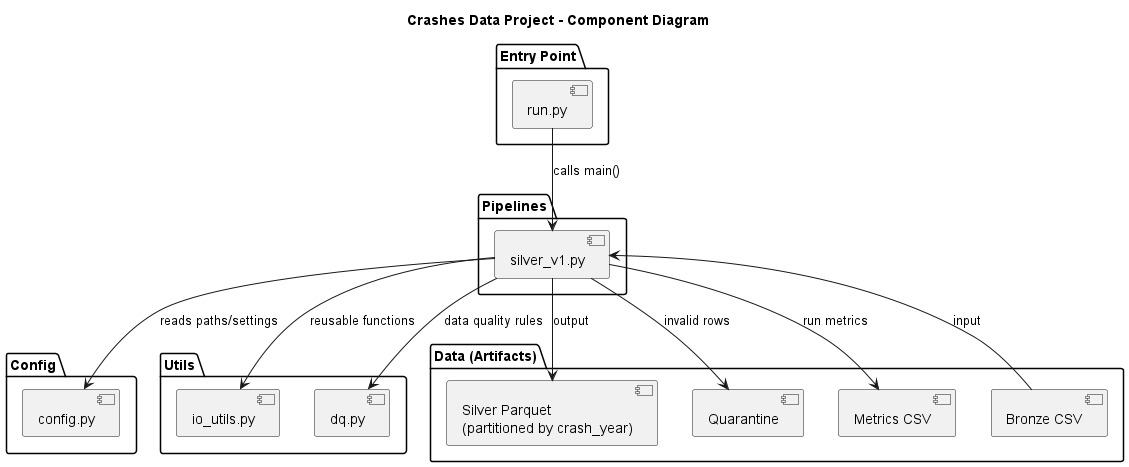
The PlantUML diagram out/docs/uml/component/component.png in luisgfinger/crashes_data_project, before a commit. Its diagram source:
```plantuml
@startuml

title Crashes Data Project - Component Diagram

package "Entry Point" {
  [run.py] as run
}

package "Pipelines" {
  [silver_v1.py] as silver
}

package "Config" {
  [config.py] as config
}

package "Utils" {
  [io_utils.py] as io
  [dq.py] as dq
}

package "Data (Artifacts)" {
  [Bronze CSV] as bronze
  [Silver Parquet\n(partitioned by crash_year)] as silver_data
  [Quarantine] as quarantine
  [Metrics CSV] as metrics
}

run --> silver : calls main()
silver --> config : reads paths/settings
silver --> io : reusable functions
silver --> dq : data quality rules

bronze --> silver : input
silver --> silver_data : output
silver --> quarantine : invalid rows
silver --> metrics : run metrics

@enduml
```
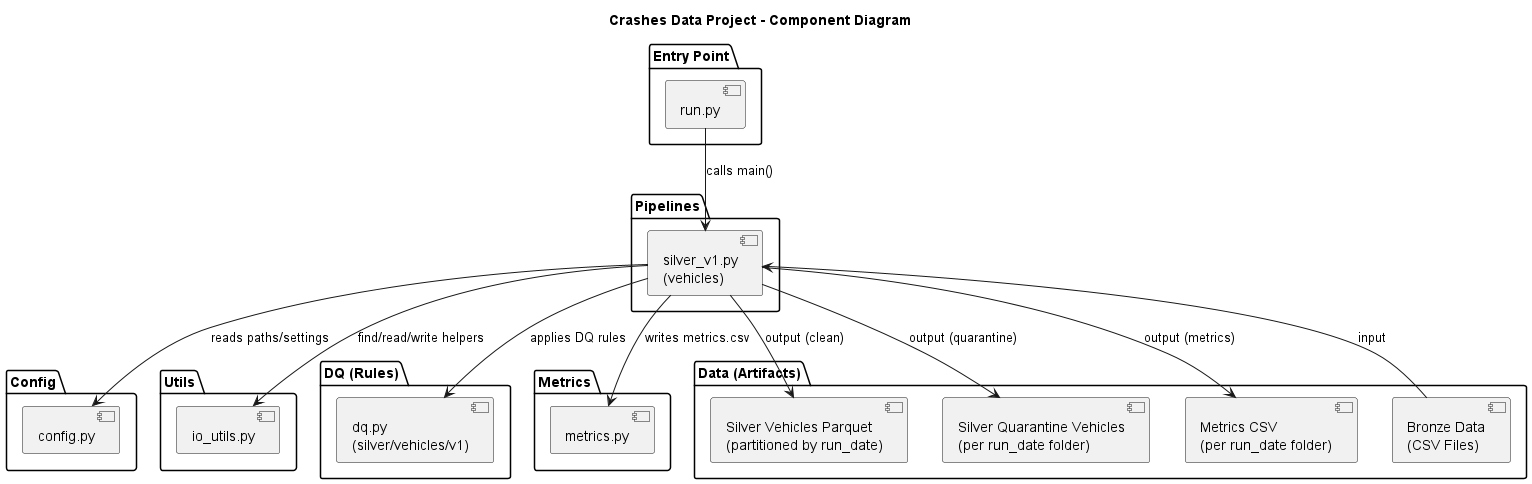
After the commit.

Diff of the diagram source:
```diff
@@ -1,5 +1,4 @@
 @startuml
-
 title Crashes Data Project - Component Diagram
 
 package "Entry Point" {
@@ -7,7 +6,7 @@
 }
 
 package "Pipelines" {
-  [silver_v1.py] as silver
+  [silver_v1.py\n(vehicles)] as silver_vehicles
 }
 
 package "Config" {
@@ -16,24 +15,32 @@
 
 package "Utils" {
   [io_utils.py] as io
-  [dq.py] as dq
+}
+
+package "DQ (Rules)" {
+  [dq.py\n(silver/vehicles/v1)] as dq_vehicles
+}
+
+package "Metrics" {
+  [metrics.py] as metrics_mod
 }
 
 package "Data (Artifacts)" {
-  [Bronze CSV] as bronze
-  [Silver Parquet\n(partitioned by crash_year)] as silver_data
-  [Quarantine] as quarantine
-  [Metrics CSV] as metrics
+  [Bronze Data\n(CSV Files)] as bronze
+  [Silver Vehicles Parquet\n(partitioned by run_date)] as silver_data
+  [Silver Quarantine Vehicles\n(per run_date folder)] as quarantine
+  [Metrics CSV\n(per run_date folder)] as metrics_out
 }
 
-run --> silver : calls main()
-silver --> config : reads paths/settings
-silver --> io : reusable functions
-silver --> dq : data quality rules
+run --> silver_vehicles : calls main()
+silver_vehicles --> config : reads paths/settings
+silver_vehicles --> io : find/read/write helpers
+silver_vehicles --> dq_vehicles : applies DQ rules
+silver_vehicles --> metrics_mod : writes metrics.csv
 
-bronze --> silver : input
-silver --> silver_data : output
-silver --> quarantine : invalid rows
-silver --> metrics : run metrics
+bronze --> silver_vehicles : input
+silver_vehicles --> silver_data : output (clean)
+silver_vehicles --> quarantine : output (quarantine)
+silver_vehicles --> metrics_out : output (metrics)
 
 @enduml
```
